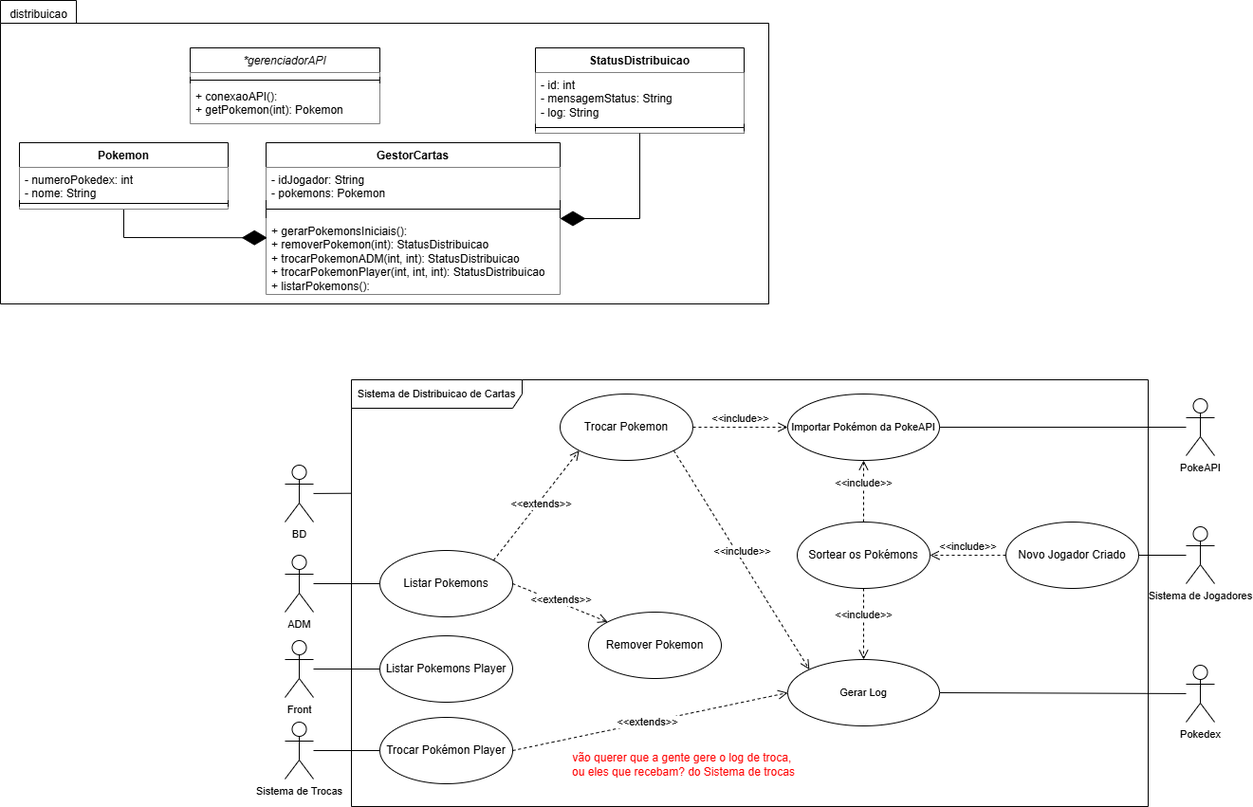
Inatel-S03-2025-2/distribuicao-de-cartas keeps this draw.io diagram as documentacao/UML/UML_tema_2.drawio.png. Above is the earlier version. Source tidied: cells renumbered, new cells last; positions are measured from the earlier drawing's top-left corner, leaving out a move shared by most shapes.
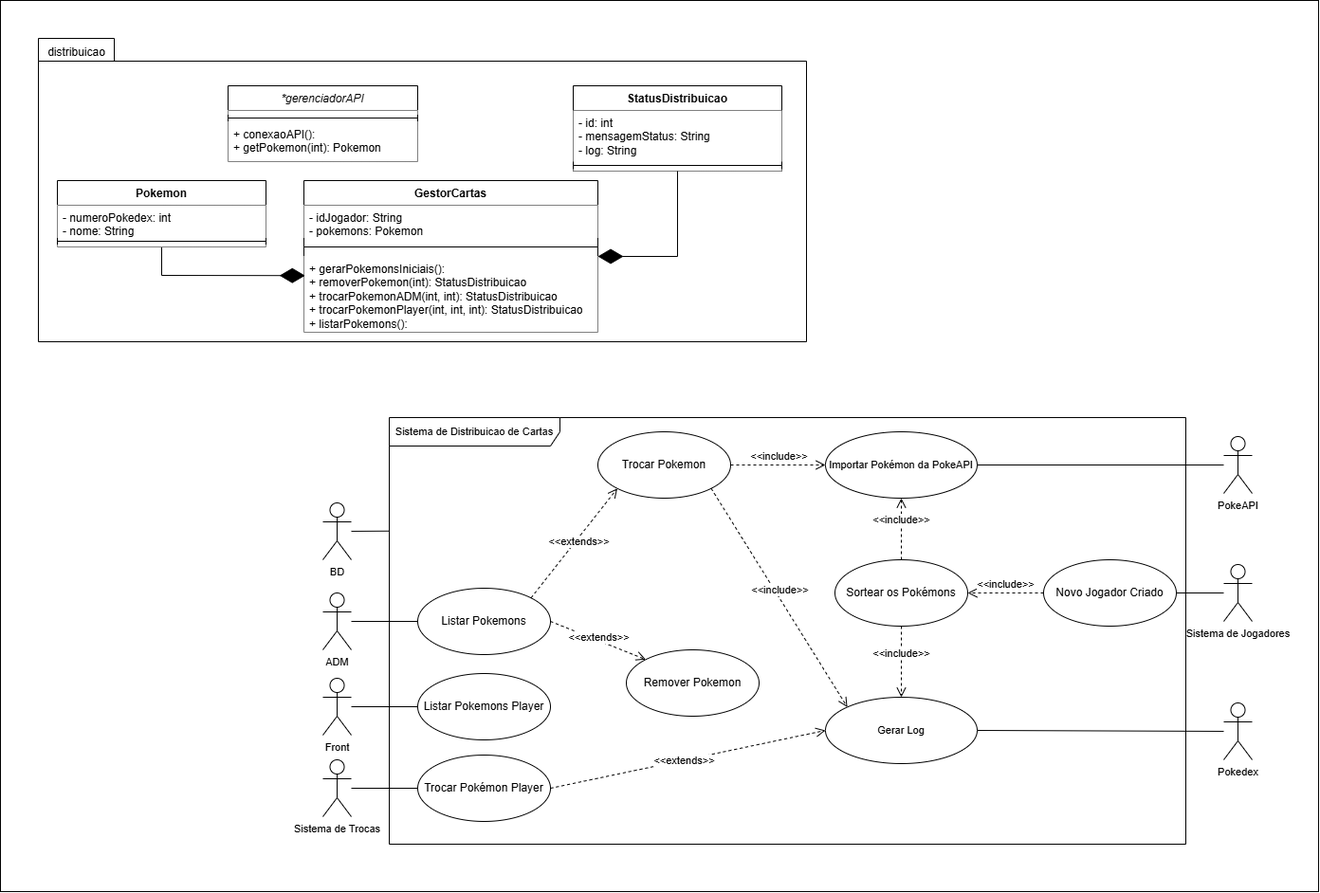
Above is the later version.

Commit message:
docs: atualizando UML

Diff of the diagram source:
```diff
@@ -2,6 +2,9 @@
   <root>
     <mxCell id="0" />
     <mxCell id="1" parent="0" />
+    <mxCell id="55" style="rounded=0;whiteSpace=wrap;html=1;" parent="1" vertex="1">
+      <mxGeometry x="-40" y="-40" width="1390" height="940" as="geometry" />
+    </mxCell>
     <mxCell id="2" value="Sistema de Distribuicao de Cartas" style="shape=umlFrame;whiteSpace=wrap;html=1;fontFamily=Helvetica;fontSize=11;fontColor=default;labelBackgroundColor=default;width=180;height=30;swimlaneFillColor=default;" parent="1" vertex="1">
       <mxGeometry x="370" y="400" width="840" height="450" as="geometry" />
     </mxCell>
@@ -149,9 +152,6 @@
     <mxCell id="48" value="&amp;lt;&amp;lt;extends&amp;gt;&amp;gt;" style="html=1;verticalAlign=bottom;endArrow=open;dashed=1;endSize=8;curved=0;rounded=0;strokeColor=default;align=center;fontFamily=Helvetica;fontSize=11;fontColor=default;labelBackgroundColor=default;exitX=1;exitY=0.5;exitDx=0;exitDy=0;entryX=0;entryY=0.5;entryDx=0;entryDy=0;" parent="1" edge="1" source="7" target="41">
       <mxGeometry x="-0.04" y="-9" relative="1" as="geometry" />
     </mxCell>
-    <mxCell id="49" value="&lt;font color=&quot;#ff0000&quot;&gt;vão querer que a gente gere o log de troca,&amp;nbsp;&lt;/font&gt;&lt;div&gt;&lt;font color=&quot;#ff0000&quot;&gt;ou eles que recebam? do Sistema de trocas&lt;/font&gt;&lt;/div&gt;" style="text;html=1;align=center;verticalAlign=middle;strokeColor=none;fillColor=none;" parent="1" vertex="1">
-      <mxGeometry x="590" y="786" width="260" height="40" as="geometry" />
-    </mxCell>
     <mxCell id="50" style="endArrow=diamondThin;endFill=1;endSize=24;html=1;rounded=0;exitX=0.5;exitY=1;exitDx=0;exitDy=0;entryX=0.004;entryY=0.253;entryDx=0;entryDy=0;entryPerimeter=0;" parent="1" edge="1" source="51" target="27">
       <mxGeometry relative="1" as="geometry">
         <Array as="points">
```
